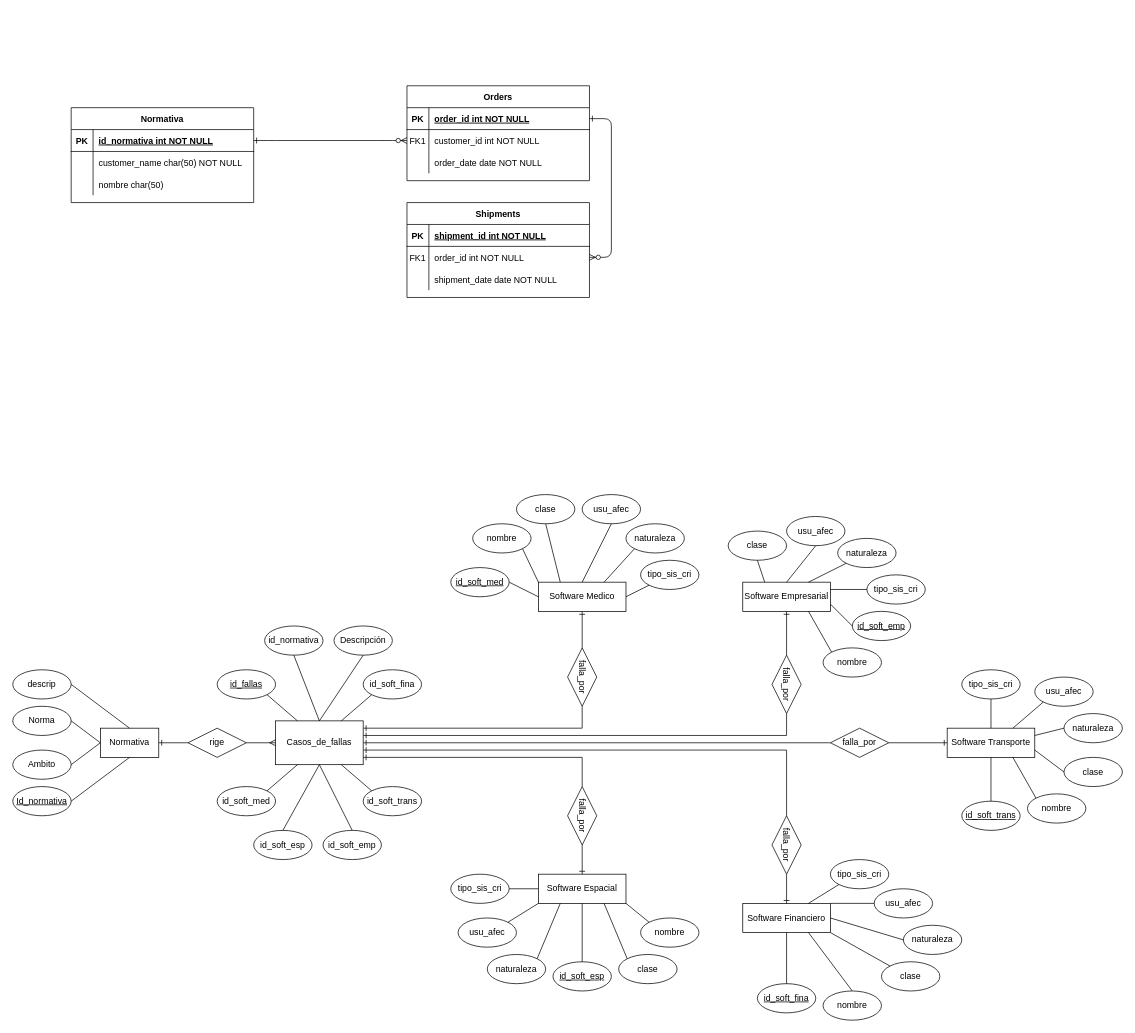
Earlier version of the draw.io diagram DER.drawio (Gabitoto/Safety_Critical_Software). Source tidied: cells renumbered, new cells numbered last; positions are measured from the earlier drawing's top-left corner, leaving out a move shared by most shapes. Both pictures are drawn from the tidied source at 73%, with x=0, y=0 at pixel (12, 85).
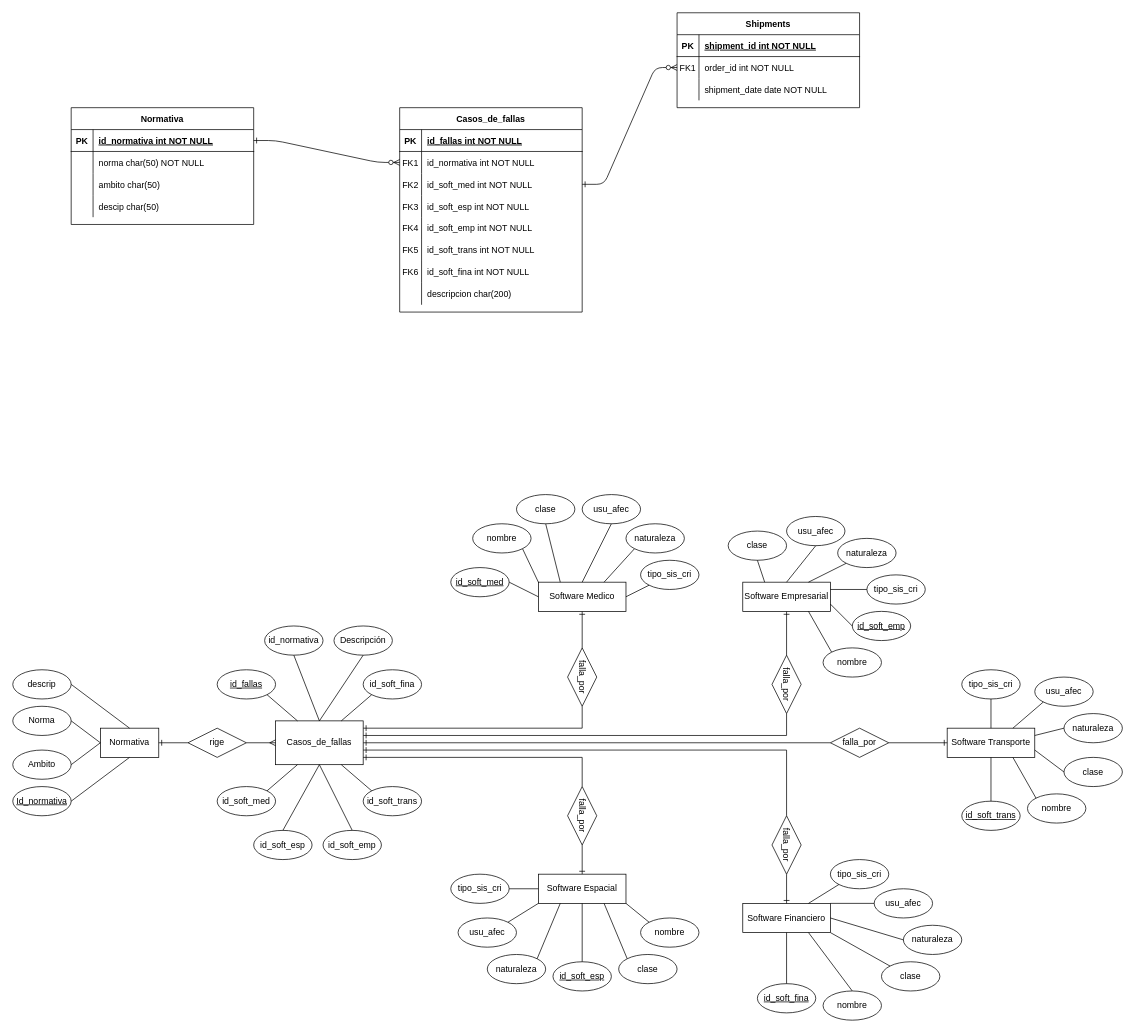
The same diagram, later.

The change refers to these unchanged cells:
```xml
<mxCell id="5" style="shape=partialRectangle;fillColor=none;points=[[0,0.5],[1,0.5]];portConstraint=eastwest;top=0;left=0;right=0;bottom=1;" parent="4" vertex="1">
  <mxGeometry y="30" width="250" height="30" as="geometry" />
</mxCell>
<mxCell id="8" style="shape=partialRectangle;fillColor=none;points=[[0,0.5],[1,0.5]];portConstraint=eastwest;top=0;left=0;right=0;bottom=0;" parent="4" vertex="1">
  <mxGeometry y="60" width="250" height="30" as="geometry" />
</mxCell>
<mxCell id="11" style="shape=partialRectangle;fillColor=none;points=[[0,0.5],[1,0.5]];portConstraint=eastwest;top=0;left=0;right=0;bottom=0;" parent="4" vertex="1">
  <mxGeometry y="90" width="250" height="30" as="geometry" />
</mxCell>
<mxCell id="18" style="shape=partialRectangle;fillColor=none;points=[[0,0.5],[1,0.5]];portConstraint=eastwest;top=0;left=0;right=0;bottom=0;" parent="14" vertex="1">
  <mxGeometry y="60" width="250" height="30" as="geometry" />
</mxCell>
<mxCell id="28" style="shape=partialRectangle;fillColor=none;top=0;left=0;right=0;bottom=0;" parent="24" vertex="1">
  <mxGeometry y="60" width="250" height="30" as="geometry" />
</mxCell>
<mxCell id="31" style="shape=partialRectangle;fillColor=none;top=0;left=0;right=0;bottom=0;" parent="24" vertex="1">
  <mxGeometry y="90" width="250" height="30" as="geometry" />
</mxCell>
```

The edit, as a diff of the source:
```diff
@@
-    <mxCell id="3" style="edgeStyle=entityRelationEdgeStyle;endArrow=ERzeroToMany;startArrow=ERone;endFill=1;startFill=0;" parent="1" edge="1" source="5" target="18">
+    <mxCell id="3" style="edgeStyle=entityRelationEdgeStyle;endArrow=ERzeroToMany;startArrow=ERone;endFill=1;startFill=0;exitX=1;exitY=0.5;exitDx=0;exitDy=0;" parent="1" edge="1" source="11" target="18">
       <mxGeometry relative="1" as="geometry" />
     </mxCell>
-    <mxCell id="4" value="Orders" style="shape=table;startSize=30;childLayout=tableLayout;rowLines=0;fontStyle=1;align=center;" parent="1" vertex="1">
-      <mxGeometry x="540" width="250" height="130" as="geometry" />
+    <mxCell id="4" value="Casos_de_fallas" style="shape=table;startSize=30;childLayout=tableLayout;rowLines=0;fontStyle=1;align=center;" parent="1" vertex="1">
+      <mxGeometry x="530" y="30" width="250" height="280" as="geometry" />
     </mxCell>
@@
-    <mxCell id="7" value="order_id int NOT NULL " style="shape=partialRectangle;overflow=hidden;fillColor=none;top=0;left=0;bottom=0;right=0;align=left;spacingLeft=6;fontStyle=5;" parent="5" vertex="1">
+    <mxCell id="7" value="id_fallas int NOT NULL " style="shape=partialRectangle;overflow=hidden;fillColor=none;top=0;left=0;bottom=0;right=0;align=left;spacingLeft=6;fontStyle=5;" parent="5" vertex="1">
       <mxGeometry x="30" width="220" height="30" as="geometry" />
     </mxCell>
@@
-    <mxCell id="10" value="customer_id int NOT NULL" style="shape=partialRectangle;overflow=hidden;fillColor=none;top=0;left=0;bottom=0;right=0;align=left;spacingLeft=6;" parent="8" vertex="1">
+    <mxCell id="10" value="id_normativa int NOT NULL" style="shape=partialRectangle;overflow=hidden;fillColor=none;top=0;left=0;bottom=0;right=0;align=left;spacingLeft=6;" parent="8" vertex="1">
       <mxGeometry x="30" width="220" height="30" as="geometry" />
     </mxCell>
@@
-    <mxCell id="12" style="shape=partialRectangle;overflow=hidden;fillColor=none;top=0;left=0;bottom=0;right=0;" parent="11" vertex="1">
+    <mxCell id="12" value="FK2" style="shape=partialRectangle;overflow=hidden;fillColor=none;top=0;left=0;bottom=0;right=0;" parent="11" vertex="1">
       <mxGeometry width="30" height="30" as="geometry" />
     </mxCell>
-    <mxCell id="13" value="order_date date NOT NULL" style="shape=partialRectangle;overflow=hidden;fillColor=none;top=0;left=0;bottom=0;right=0;align=left;spacingLeft=6;" parent="11" vertex="1">
+    <mxCell id="13" value="id_soft_med int NOT NULL" style="shape=partialRectangle;overflow=hidden;fillColor=none;top=0;left=0;bottom=0;right=0;align=left;spacingLeft=6;" parent="11" vertex="1">
       <mxGeometry x="30" width="220" height="30" as="geometry" />
     </mxCell>
+    <mxCell id="144" style="shape=partialRectangle;fillColor=none;top=0;left=0;right=0;bottom=0;" parent="4" vertex="1">
+      <mxGeometry y="120" width="250" height="30" as="geometry" />
+    </mxCell>
+    <mxCell id="145" value="FK3" style="shape=partialRectangle;overflow=hidden;fillColor=none;top=0;left=0;bottom=0;right=0;" parent="144" vertex="1">
+      <mxGeometry width="30" height="30" as="geometry" />
+    </mxCell>
+    <mxCell id="146" value="id_soft_esp int NOT NULL" style="shape=partialRectangle;overflow=hidden;fillColor=none;top=0;left=0;bottom=0;right=0;align=left;spacingLeft=6;" parent="144" vertex="1">
+      <mxGeometry x="30" width="220" height="30" as="geometry" />
+    </mxCell>
+    <mxCell id="147" style="shape=partialRectangle;fillColor=none;top=0;left=0;right=0;bottom=0;" parent="4" vertex="1">
+      <mxGeometry y="150" width="250" height="30" as="geometry" />
+    </mxCell>
+    <mxCell id="148" value="FK4" style="shape=partialRectangle;overflow=hidden;fillColor=none;top=0;left=0;bottom=0;right=0;" parent="147" vertex="1">
+      <mxGeometry width="30" height="30" as="geometry" />
+    </mxCell>
+    <mxCell id="149" value="id_soft_emp int NOT NULL" style="shape=partialRectangle;overflow=hidden;fillColor=none;top=0;left=0;bottom=0;right=0;align=left;spacingLeft=6;" parent="147" vertex="1">
+      <mxGeometry x="30" width="220" height="30" as="geometry" />
+    </mxCell>
+    <mxCell id="150" style="shape=partialRectangle;fillColor=none;top=0;left=0;right=0;bottom=0;" parent="4" vertex="1">
+      <mxGeometry y="180" width="250" height="30" as="geometry" />
+    </mxCell>
+    <mxCell id="151" value="FK5" style="shape=partialRectangle;overflow=hidden;fillColor=none;top=0;left=0;bottom=0;right=0;" parent="150" vertex="1">
+      <mxGeometry width="30" height="30" as="geometry" />
+    </mxCell>
+    <mxCell id="152" value="id_soft_trans int NOT NULL" style="shape=partialRectangle;overflow=hidden;fillColor=none;top=0;left=0;bottom=0;right=0;align=left;spacingLeft=6;" parent="150" vertex="1">
+      <mxGeometry x="30" width="220" height="30" as="geometry" />
+    </mxCell>
+    <mxCell id="153" style="shape=partialRectangle;fillColor=none;top=0;left=0;right=0;bottom=0;" parent="4" vertex="1">
+      <mxGeometry y="210" width="250" height="30" as="geometry" />
+    </mxCell>
+    <mxCell id="154" value="FK6" style="shape=partialRectangle;overflow=hidden;fillColor=none;top=0;left=0;bottom=0;right=0;" parent="153" vertex="1">
+      <mxGeometry width="30" height="30" as="geometry" />
+    </mxCell>
+    <mxCell id="155" value="id_soft_fina int NOT NULL" style="shape=partialRectangle;overflow=hidden;fillColor=none;top=0;left=0;bottom=0;right=0;align=left;spacingLeft=6;" parent="153" vertex="1">
+      <mxGeometry x="30" width="220" height="30" as="geometry" />
+    </mxCell>
+    <mxCell id="156" style="shape=partialRectangle;fillColor=none;top=0;left=0;right=0;bottom=0;" parent="4" vertex="1">
+      <mxGeometry y="240" width="250" height="30" as="geometry" />
+    </mxCell>
+    <mxCell id="157" style="shape=partialRectangle;overflow=hidden;fillColor=none;top=0;left=0;bottom=0;right=0;" parent="156" vertex="1">
+      <mxGeometry width="30" height="30" as="geometry" />
+    </mxCell>
+    <mxCell id="158" value="descripcion char(200)" style="shape=partialRectangle;overflow=hidden;fillColor=none;top=0;left=0;bottom=0;right=0;align=left;spacingLeft=6;" parent="156" vertex="1">
+      <mxGeometry x="30" width="220" height="30" as="geometry" />
+    </mxCell>
     <mxCell id="14" value="Shipments" style="shape=table;startSize=30;childLayout=tableLayout;rowLines=0;fontStyle=1;align=center;" parent="1" vertex="1">
-      <mxGeometry x="540" y="160" width="250" height="130" as="geometry" />
+      <mxGeometry x="910" y="-100" width="250" height="130" as="geometry" />
     </mxCell>
@@
     <mxCell id="24" value="Normativa" style="shape=table;startSize=30;childLayout=tableLayout;rowLines=0;fontStyle=1;align=center;" parent="1" vertex="1">
-      <mxGeometry x="80" y="30" width="250" height="130" as="geometry" />
+      <mxGeometry x="80" y="30" width="250" height="160" as="geometry" />
     </mxCell>
@@
-    <mxCell id="30" value="customer_name char(50) NOT NULL" style="shape=partialRectangle;overflow=hidden;fillColor=none;top=0;left=0;bottom=0;right=0;align=left;spacingLeft=6;" parent="28" vertex="1">
+    <mxCell id="30" value="norma char(50) NOT NULL" style="shape=partialRectangle;overflow=hidden;fillColor=none;top=0;left=0;bottom=0;right=0;align=left;spacingLeft=6;" parent="28" vertex="1">
       <mxGeometry x="30" width="220" height="30" as="geometry" />
     </mxCell>
@@
-    <mxCell id="33" value="nombre char(50) " style="shape=partialRectangle;overflow=hidden;fillColor=none;top=0;left=0;bottom=0;right=0;align=left;spacingLeft=6;" parent="31" vertex="1">
+    <mxCell id="33" value="ambito char(50) " style="shape=partialRectangle;overflow=hidden;fillColor=none;top=0;left=0;bottom=0;right=0;align=left;spacingLeft=6;" parent="31" vertex="1">
       <mxGeometry x="30" width="220" height="30" as="geometry" />
     </mxCell>
+    <mxCell id="159" style="shape=partialRectangle;fillColor=none;top=0;left=0;right=0;bottom=0;" parent="24" vertex="1">
+      <mxGeometry y="120" width="250" height="30" as="geometry" />
+    </mxCell>
+    <mxCell id="160" style="shape=partialRectangle;overflow=hidden;fillColor=none;top=0;left=0;bottom=0;right=0;" parent="159" vertex="1">
+      <mxGeometry width="30" height="30" as="geometry" />
+    </mxCell>
+    <mxCell id="161" value="descip char(50)" style="shape=partialRectangle;overflow=hidden;fillColor=none;top=0;left=0;bottom=0;right=0;align=left;spacingLeft=6;" parent="159" vertex="1">
+      <mxGeometry x="30" width="220" height="30" as="geometry" />
+    </mxCell>
```
